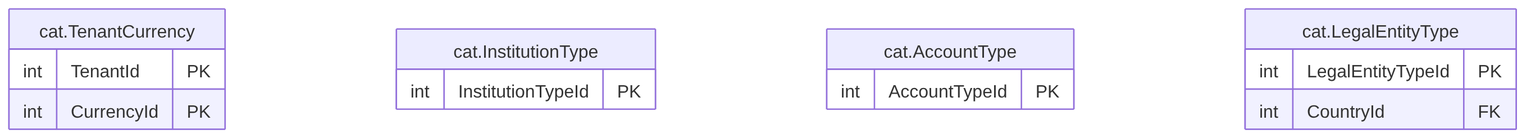
The Mermaid diagram treasury-platform/docs/diagrams/erd/m4_reference_1.png in thawrasy/smartlines, before a commit. Its source is kept beside it as treasury-platform/docs/diagrams/erd/m4_reference_1.mmd.
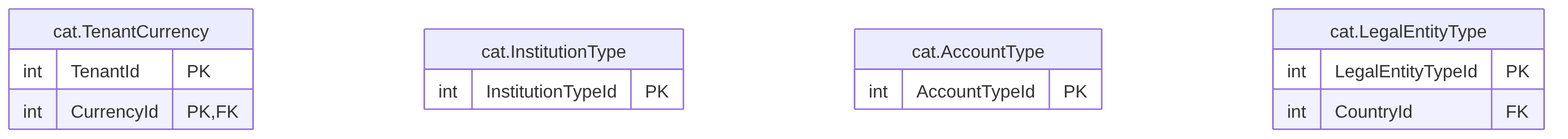
The same diagram one commit later.

The edit, as a diff of the source:
```diff
@@ -1,7 +1,7 @@
 erDiagram
   cat_TenantCurrency["cat.TenantCurrency"] {
     int TenantId PK
-    int CurrencyId PK
+    int CurrencyId PK, FK
   }
   cat_InstitutionType["cat.InstitutionType"] {
     int InstitutionTypeId PK
```
